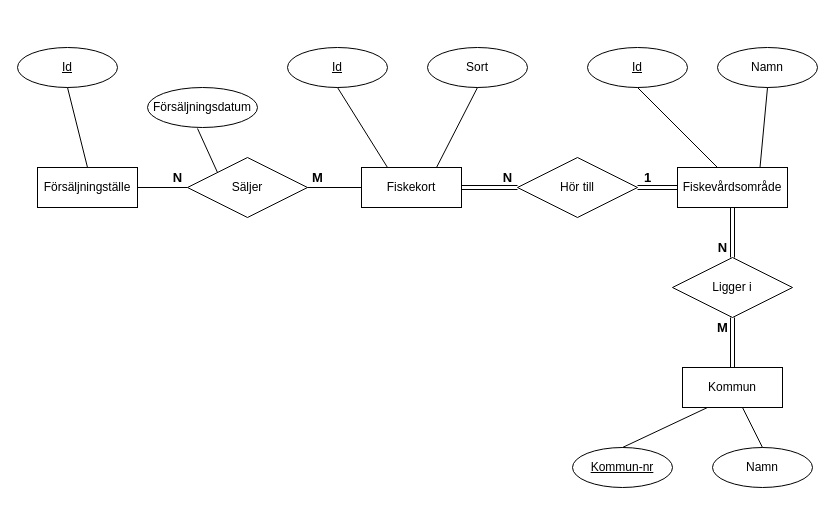
Ingelisun/ERmodels keeps this draw.io diagram as page "ER-diagrammet" (1 of 2) of Fiskevard.drawio. Above is the earlier version. Source tidied: cells renumbered, new cells numbered last; positions are measured from the earlier drawing's top-left corner, leaving out a move shared by most shapes. Both pictures are drawn from the tidied source at 100%, with x=0, y=0 at pixel (17, 47).
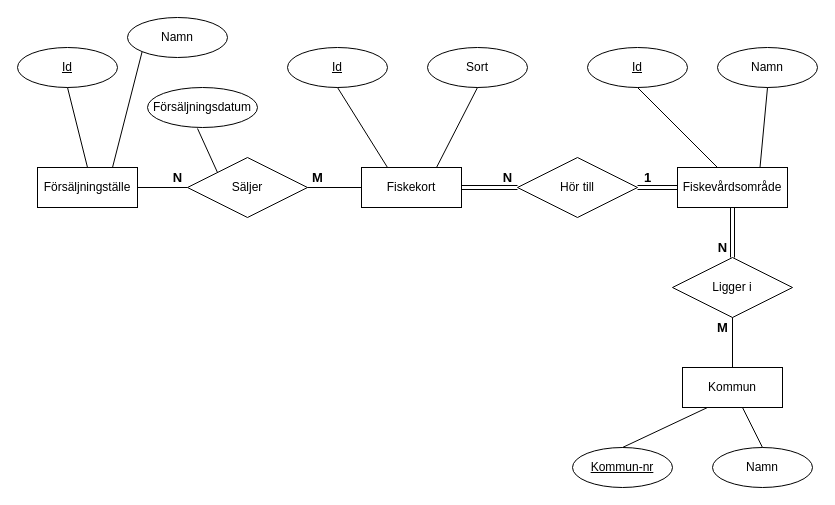
The same diagram, later.

The change refers to these unchanged cells:
```xml
<mxCell id="2" value="Försäljningställe" style="whiteSpace=wrap;html=1;align=center;" parent="1" vertex="1">
  <mxGeometry x="20" y="120" width="100" height="40" as="geometry" />
</mxCell>
<mxCell id="10" value="Kommun" style="whiteSpace=wrap;html=1;align=center;" parent="1" vertex="1">
  <mxGeometry x="665" y="320" width="100" height="40" as="geometry" />
</mxCell>
<mxCell id="12" value="Ligger i" style="shape=rhombus;perimeter=rhombusPerimeter;whiteSpace=wrap;html=1;align=center;" parent="1" vertex="1">
  <mxGeometry x="655" y="210" width="120" height="60" as="geometry" />
</mxCell>
```

Diff of the diagram source:
```diff
@@
-    <mxCell id="9" style="edgeStyle=orthogonalEdgeStyle;shape=link;rounded=0;jettySize=auto;html=1;" parent="1" edge="1" source="10" target="12">
-      <mxGeometry relative="1" as="geometry" />
-    </mxCell>
@@
+    <mxCell id="37" style="endArrow=none;html=1;rounded=0;fontSize=13;entryX=0.5;entryY=0;entryDx=0;entryDy=0;exitX=0.5;exitY=1;exitDx=0;exitDy=0;" parent="1" edge="1" source="12" target="10">
+      <mxGeometry relative="1" as="geometry" />
+    </mxCell>
+    <mxCell id="38" value="Namn" style="ellipse;whiteSpace=wrap;html=1;align=center;" parent="1" vertex="1">
+      <mxGeometry x="110" y="-30" width="100" height="40" as="geometry" />
+    </mxCell>
+    <mxCell id="39" style="endArrow=none;html=1;rounded=0;fontSize=13;exitX=0.75;exitY=0;exitDx=0;exitDy=0;entryX=0;entryY=1;entryDx=0;entryDy=0;" parent="1" edge="1" source="2" target="38">
+      <mxGeometry relative="1" as="geometry" />
+    </mxCell>
```
